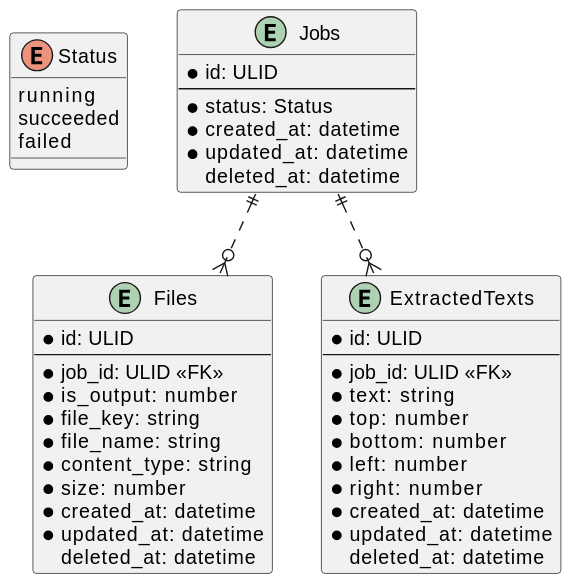
ijufumi/google-vision-sample keeps this PlantUML diagram as docs/tables.svg. Above is the earlier version.
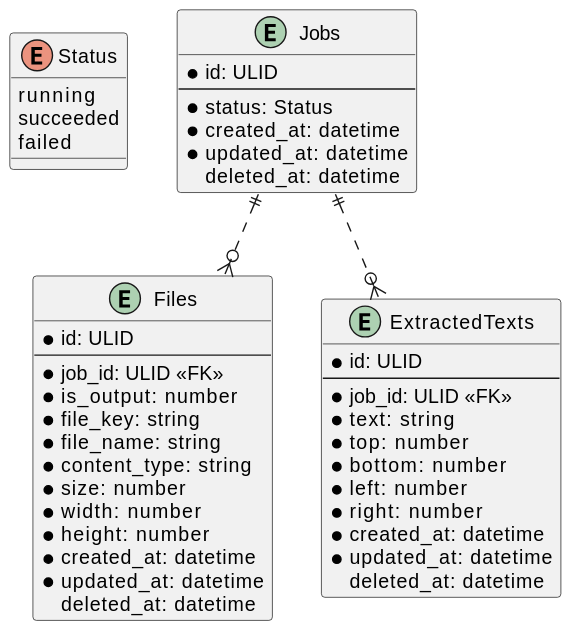
Later version of the same file.

What changed in the source:
```diff
@@ -23,6 +23,8 @@
   * file_name: string
   * content_type: string
   * size: number
+  * width: number
+  * height: number
   * created_at: datetime
   * updated_at: datetime
     deleted_at: datetime
```
